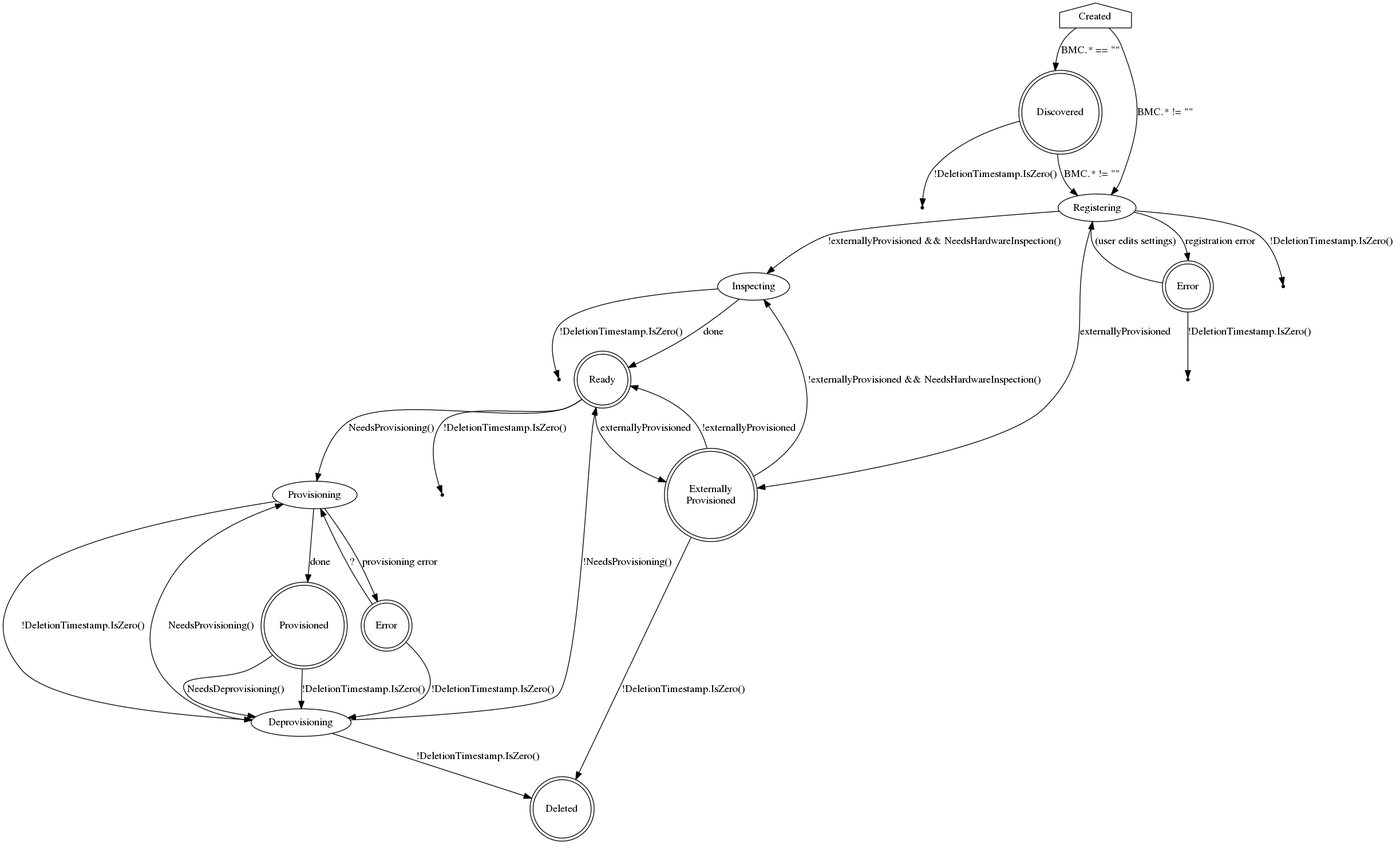
Before: docs/BaremetalHost_ProvisioningState.png, a diagram exported from Graphviz (metal3-io/baremetal-operator). Its source is kept beside it as docs/BaremetalHost_ProvisioningState.dot.
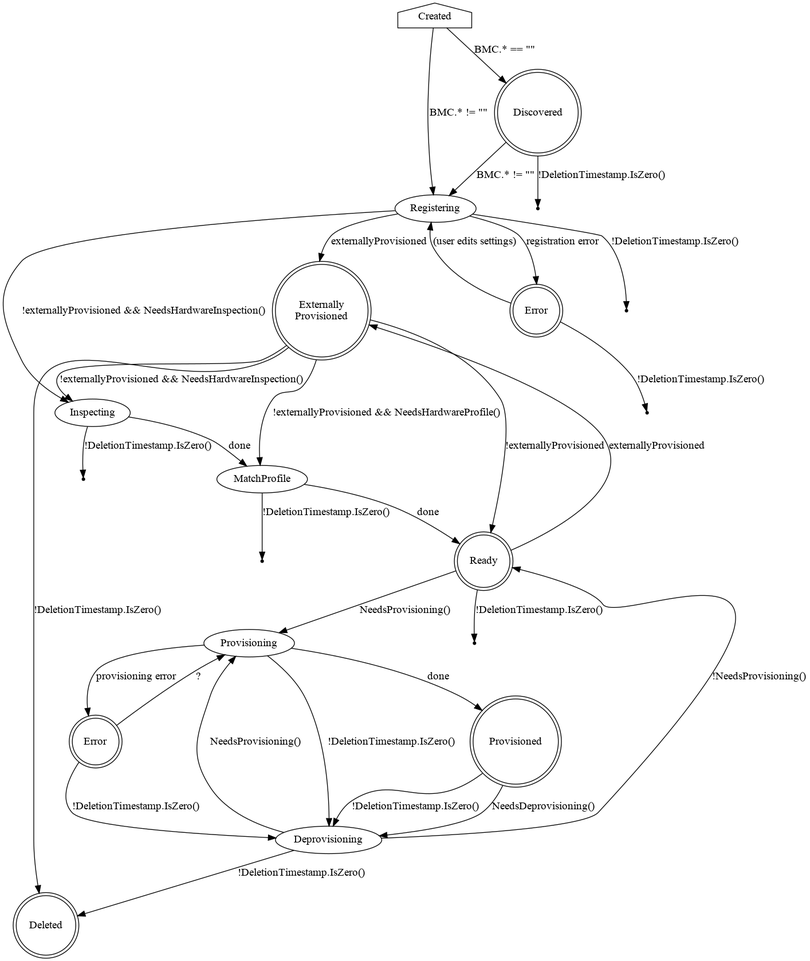
Above is the later version.

Commit message:
Document MatchProfile state

The edit, as a diff of the source:
```diff
@@ -19,25 +19,31 @@
     Deleted2 [shape=point]
 
     ExternallyProvisioned -> Inspecting [label="!externallyProvisioned && NeedsHardwareInspection()"]
+    ExternallyProvisioned -> MatchProfile [label="!externallyProvisioned && NeedsHardwareProfile()"]
     ExternallyProvisioned -> Ready [label="!externallyProvisioned"]
     Ready -> ExternallyProvisioned [label="externallyProvisioned"]
 
-    Inspecting -> Ready [label="done"]
+    Inspecting -> MatchProfile [label="done"]
     Inspecting -> Deleted3 [label="!DeletionTimestamp.IsZero()"]
 
     Deleted3 [shape=point]
 
-    RegistrationError [shape=doublecircle label="Error"]
-    RegistrationError -> Registering [label="(user edits settings)"]
-    RegistrationError -> Deleted4 [label="!DeletionTimestamp.IsZero()"]
+    MatchProfile -> Ready [label="done"]
+    MatchProfile -> Deleted4 [label="!DeletionTimestamp.IsZero()"]
 
     Deleted4 [shape=point]
 
+    RegistrationError [shape=doublecircle label="Error"]
+    RegistrationError -> Registering [label="(user edits settings)"]
+    RegistrationError -> Deleted5 [label="!DeletionTimestamp.IsZero()"]
+
+    Deleted5 [shape=point]
+
     Ready [shape=doublecircle]
     Ready -> Provisioning [label="NeedsProvisioning()"]
-    Ready -> Deleted5 [label="!DeletionTimestamp.IsZero()"]
+    Ready -> Deleted6 [label="!DeletionTimestamp.IsZero()"]
 
-    Deleted5 [shape=point]
+    Deleted6 [shape=point]
 
     Provisioning -> Provisioned [label=done]
     Provisioning -> ProvisioningError [label="provisioning error"]
```
